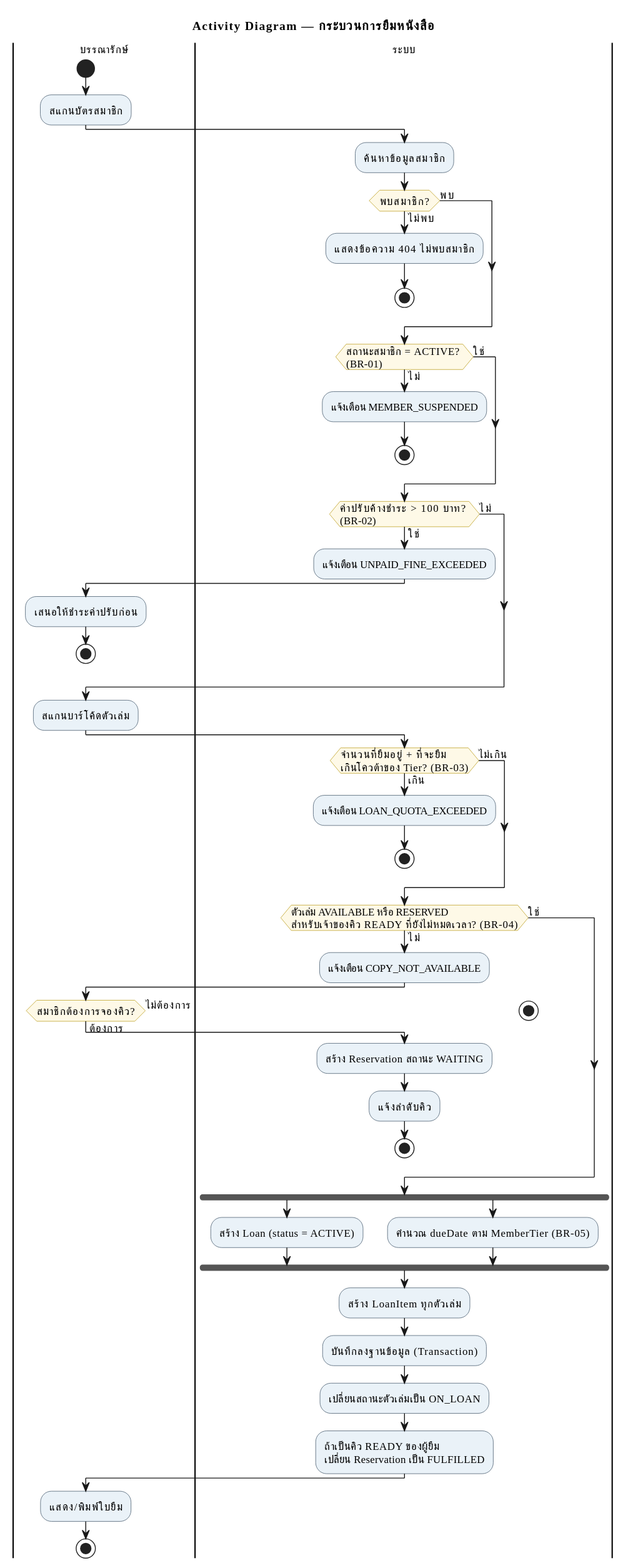
This is doc/diagrams/images/08-activity-borrow.svg from boatrocl/library_book_management, a PlantUML export, as it was before one commit. Source of this version:
```plantuml
@startuml
title Activity Diagram — กระบวนการยืมหนังสือ

skinparam defaultFontName "Tahoma"
skinparam defaultFontSize 12
skinparam shadowing false
skinparam activity {
  BackgroundColor #EAF2F8
  BorderColor #34495E
  DiamondBackgroundColor #FEF9E7
  DiamondBorderColor #B7950B
}

|บรรณารักษ์|
start
:สแกนบัตรสมาชิก;

|ระบบ|
:ค้นหาข้อมูลสมาชิก;

if (พบสมาชิก?) then (ไม่พบ)
  :แสดงข้อความ 404 ไม่พบสมาชิก;
  stop
else (พบ)
endif

if (สถานะสมาชิก = ACTIVE? \n(BR-01)) then (ไม่)
  :แจ้งเตือน MEMBER_SUSPENDED;
  stop
else (ใช่)
endif

if (ค่าปรับค้างชำระ > 100 บาท? \n(BR-02)) then (ใช่)
  :แจ้งเตือน UNPAID_FINE_EXCEEDED;
  |บรรณารักษ์|
  :เสนอให้ชำระค่าปรับก่อน;
  stop
else (ไม่)
endif

|บรรณารักษ์|
:สแกนบาร์โค้ดตัวเล่ม;

|ระบบ|
if (จำนวนที่ยืมอยู่ + ที่จะยืม \nเกินโควต้าของ Tier? (BR-03)) then (เกิน)
  :แจ้งเตือน LOAN_QUOTA_EXCEEDED;
  stop
else (ไม่เกิน)
endif

if (ตัวเล่ม AVAILABLE หรือ RESERVED \nสำหรับเจ้าของคิว READY ที่ยังไม่หมดเวลา? (BR-04)) then (ไม่)
  :แจ้งเตือน COPY_NOT_AVAILABLE;
  |บรรณารักษ์|
  if (สมาชิกต้องการจองคิว?) then (ต้องการ)
    |ระบบ|
    :สร้าง Reservation สถานะ WAITING;
    :แจ้งลำดับคิว;
    stop
  else (ไม่ต้องการ)
    stop
  endif
else (ใช่)
endif

|ระบบ|
fork
  :สร้าง Loan (status = ACTIVE);
fork again
  :คำนวณ dueDate ตาม MemberTier (BR-05);
end fork

:สร้าง LoanItem ทุกตัวเล่ม;
:บันทึกลงฐานข้อมูล (Transaction);
:เปลี่ยนสถานะตัวเล่มเป็น ON_LOAN;
:ถ้าเป็นคิว READY ของผู้ยืม \nเปลี่ยน Reservation เป็น FULFILLED;

|บรรณารักษ์|
:แสดง/พิมพ์ใบยืม;
stop
@enduml
```
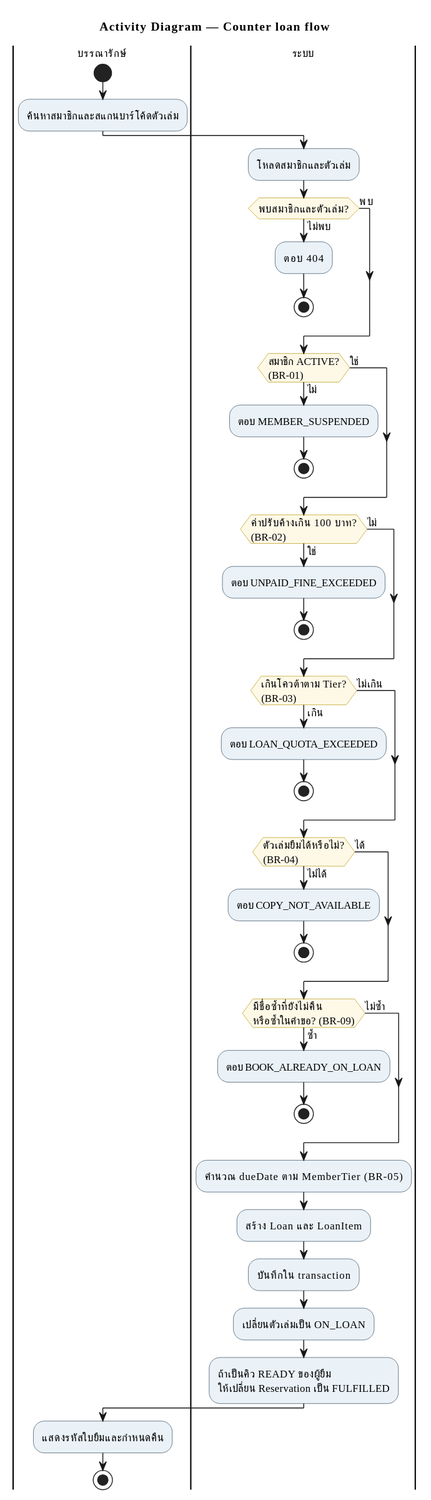
Later version of the same file.

What changed in the source:
```diff
@@ -1,5 +1,5 @@
 @startuml
-title Activity Diagram — กระบวนการยืมหนังสือ
+title Activity Diagram — Counter loan flow
 
 skinparam defaultFontName "Tahoma"
 skinparam defaultFontSize 12
@@ -13,68 +13,53 @@
 
 |บรรณารักษ์|
 start
-:สแกนบัตรสมาชิก;
+:ค้นหาสมาชิกและสแกนบาร์โค้ดตัวเล่ม;
 
 |ระบบ|
-:ค้นหาข้อมูลสมาชิก;
-
-if (พบสมาชิก?) then (ไม่พบ)
-  :แสดงข้อความ 404 ไม่พบสมาชิก;
+:โหลดสมาชิกและตัวเล่ม;
+if (พบสมาชิกและตัวเล่ม?) then (ไม่พบ)
+  :ตอบ 404;
   stop
 else (พบ)
 endif
 
-if (สถานะสมาชิก = ACTIVE? \n(BR-01)) then (ไม่)
-  :แจ้งเตือน MEMBER_SUSPENDED;
+if (สมาชิก ACTIVE?\n(BR-01)) then (ไม่)
+  :ตอบ MEMBER_SUSPENDED;
   stop
 else (ใช่)
 endif
 
-if (ค่าปรับค้างชำระ > 100 บาท? \n(BR-02)) then (ใช่)
-  :แจ้งเตือน UNPAID_FINE_EXCEEDED;
-  |บรรณารักษ์|
-  :เสนอให้ชำระค่าปรับก่อน;
+if (ค่าปรับค้างเกิน 100 บาท?\n(BR-02)) then (ใช่)
+  :ตอบ UNPAID_FINE_EXCEEDED;
   stop
 else (ไม่)
 endif
 
-|บรรณารักษ์|
-:สแกนบาร์โค้ดตัวเล่ม;
-
-|ระบบ|
-if (จำนวนที่ยืมอยู่ + ที่จะยืม \nเกินโควต้าของ Tier? (BR-03)) then (เกิน)
-  :แจ้งเตือน LOAN_QUOTA_EXCEEDED;
+if (เกินโควต้าตาม Tier?\n(BR-03)) then (เกิน)
+  :ตอบ LOAN_QUOTA_EXCEEDED;
   stop
 else (ไม่เกิน)
 endif
 
-if (ตัวเล่ม AVAILABLE หรือ RESERVED \nสำหรับเจ้าของคิว READY ที่ยังไม่หมดเวลา? (BR-04)) then (ไม่)
-  :แจ้งเตือน COPY_NOT_AVAILABLE;
-  |บรรณารักษ์|
-  if (สมาชิกต้องการจองคิว?) then (ต้องการ)
-    |ระบบ|
-    :สร้าง Reservation สถานะ WAITING;
-    :แจ้งลำดับคิว;
-    stop
-  else (ไม่ต้องการ)
-    stop
-  endif
-else (ใช่)
+if (ตัวเล่มยืมได้หรือไม่?\n(BR-04)) then (ไม่ได้)
+  :ตอบ COPY_NOT_AVAILABLE;
+  stop
+else (ได้)
 endif
 
-|ระบบ|
-fork
-  :สร้าง Loan (status = ACTIVE);
-fork again
-  :คำนวณ dueDate ตาม MemberTier (BR-05);
-end fork
+if (มีชื่อซ้ำที่ยังไม่คืน\nหรือซ้ำในคำขอ? (BR-09)) then (ซ้ำ)
+  :ตอบ BOOK_ALREADY_ON_LOAN;
+  stop
+else (ไม่ซ้ำ)
+endif
 
-:สร้าง LoanItem ทุกตัวเล่ม;
-:บันทึกลงฐานข้อมูล (Transaction);
-:เปลี่ยนสถานะตัวเล่มเป็น ON_LOAN;
-:ถ้าเป็นคิว READY ของผู้ยืม \nเปลี่ยน Reservation เป็น FULFILLED;
+:คำนวณ dueDate ตาม MemberTier (BR-05);
+:สร้าง Loan และ LoanItem;
+:บันทึกใน transaction;
+:เปลี่ยนตัวเล่มเป็น ON_LOAN;
+:ถ้าเป็นคิว READY ของผู้ยืม\nให้เปลี่ยน Reservation เป็น FULFILLED;
 
 |บรรณารักษ์|
-:แสดง/พิมพ์ใบยืม;
+:แสดงรหัสใบยืมและกำหนดคืน;
 stop
 @enduml
```
